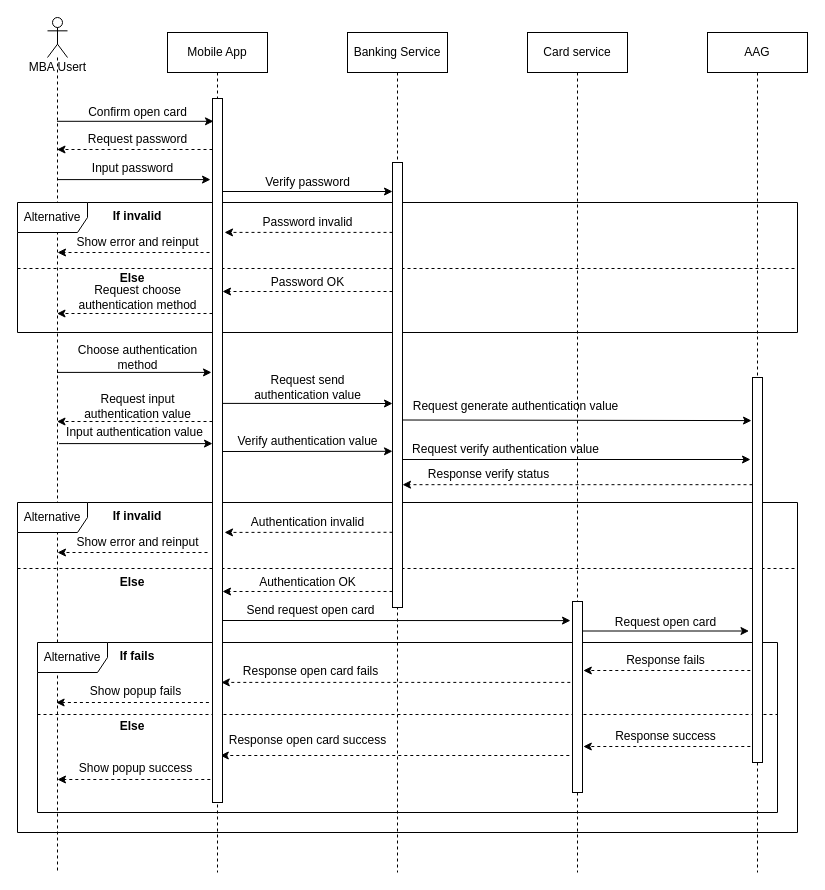
Before: page "Open-card-confirm" (4 of 14) of Sequence Diagram.drawio in lyminh1994/diagram, a draw.io diagram. Source tidied: cells renumbered, new cells numbered last; positions are measured from the earlier drawing's top-left corner, leaving out a move shared by most shapes. Both pictures are drawn from the tidied source at 100%, with x=0, y=0 at pixel (17, 17).
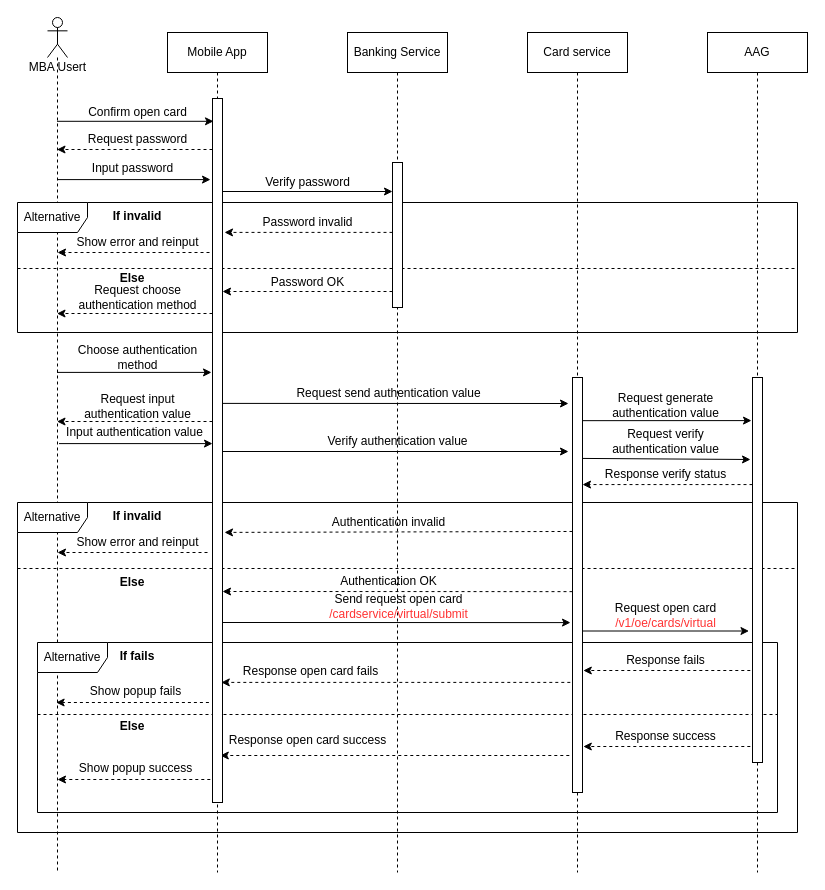
Above is the later version.

Unchanged cells that the change refers to:
```xml
<mxCell id="65" style="html=1;points=[];perimeter=orthogonalPerimeter;" parent="1" vertex="1">
  <mxGeometry x="735" y="360" width="10" height="385" as="geometry" />
</mxCell>
```

Diff of the diagram source:
```diff
@@
-    <mxCell id="27" style="edgeStyle=none;rounded=0;orthogonalLoop=1;jettySize=auto;html=1;entryX=0;entryY=0.79;entryDx=0;entryDy=0;entryPerimeter=0;" parent="1" edge="1">
+    <mxCell id="27" style="edgeStyle=none;rounded=0;orthogonalLoop=1;jettySize=auto;html=1;" parent="1" edge="1">
       <mxGeometry relative="1" as="geometry">
         <mxPoint x="205" y="385.9" as="sourcePoint" />
-        <mxPoint x="375" y="386" as="targetPoint" />
+        <mxPoint x="551" y="386" as="targetPoint" />
       </mxGeometry>
     </mxCell>
@@
-    <mxCell id="29" style="edgeStyle=none;rounded=0;orthogonalLoop=1;jettySize=auto;html=1;entryX=0;entryY=0.721;entryDx=0;entryDy=0;entryPerimeter=0;" parent="1" edge="1">
+    <mxCell id="29" style="edgeStyle=none;rounded=0;orthogonalLoop=1;jettySize=auto;html=1;" parent="1" edge="1">
       <mxGeometry relative="1" as="geometry">
         <mxPoint x="205" y="434" as="sourcePoint" />
-        <mxPoint x="375" y="433.8" as="targetPoint" />
+        <mxPoint x="551" y="434" as="targetPoint" />
       </mxGeometry>
     </mxCell>
-    <mxCell id="30" value="Request send &lt;br&gt;authentication value" style="text;html=1;align=center;verticalAlign=middle;strokeColor=none;fontSize=12;" parent="1" vertex="1">
-      <mxGeometry x="230" y="355" width="120" height="30" as="geometry" />
+    <mxCell id="30" value="Request send authentication value" style="text;html=1;align=center;verticalAlign=middle;strokeColor=none;fontSize=12;" parent="1" vertex="1">
+      <mxGeometry x="271" y="366" width="200" height="20" as="geometry" />
     </mxCell>
@@
     <mxCell id="32" value="Verify authentication value" style="text;html=1;align=center;verticalAlign=middle;strokeColor=none;fontSize=12;" parent="1" vertex="1">
-      <mxGeometry x="210" y="414" width="160" height="20" as="geometry" />
+      <mxGeometry x="300" y="414" width="160" height="20" as="geometry" />
     </mxCell>
@@
     <mxCell id="34" value="Authentication&amp;nbsp;invalid" style="text;html=1;align=center;verticalAlign=middle;strokeColor=none;fontSize=12;" parent="1" vertex="1">
-      <mxGeometry x="225" y="495" width="130" height="20" as="geometry" />
+      <mxGeometry x="306" y="495" width="130" height="20" as="geometry" />
     </mxCell>
@@
     <mxCell id="36" value="Authentication&amp;nbsp;OK" style="text;html=1;align=center;verticalAlign=middle;strokeColor=none;fontSize=12;" parent="1" vertex="1">
-      <mxGeometry x="235" y="555" width="110" height="20" as="geometry" />
+      <mxGeometry x="316" y="554" width="110" height="20" as="geometry" />
     </mxCell>
@@
-    <mxCell id="38" style="edgeStyle=none;rounded=0;jettySize=auto;html=1;entryX=1.2;entryY=0.385;entryDx=0;entryDy=0;entryPerimeter=0;fontSize=12;dashed=1;exitX=0;exitY=0.831;exitDx=0;exitDy=0;exitPerimeter=0;" parent="1" edge="1" source="73">
+    <mxCell id="38" style="edgeStyle=none;rounded=0;jettySize=auto;html=1;entryX=1.2;entryY=0.385;entryDx=0;entryDy=0;entryPerimeter=0;fontSize=12;dashed=1;exitX=0;exitY=0.371;exitDx=0;exitDy=0;exitPerimeter=0;" parent="1" edge="1" source="63">
       <mxGeometry relative="1" as="geometry">
         <mxPoint x="207" y="514.9" as="targetPoint" />
       </mxGeometry>
     </mxCell>
-    <mxCell id="39" style="edgeStyle=none;rounded=0;jettySize=auto;html=1;entryX=1;entryY=0.553;entryDx=0;entryDy=0;entryPerimeter=0;dashed=1;fontSize=12;exitX=0;exitY=0.964;exitDx=0;exitDy=0;exitPerimeter=0;" parent="1" edge="1" source="73">
+    <mxCell id="39" style="edgeStyle=none;rounded=0;jettySize=auto;html=1;entryX=1;entryY=0.553;entryDx=0;entryDy=0;entryPerimeter=0;dashed=1;fontSize=12;exitX=0;exitY=0.516;exitDx=0;exitDy=0;exitPerimeter=0;" parent="1" edge="1" source="63">
       <mxGeometry relative="1" as="geometry">
         <mxPoint x="205" y="574" as="targetPoint" />
       </mxGeometry>
     </mxCell>
@@
-    <mxCell id="44" value="Send request open card" style="text;html=1;align=center;verticalAlign=middle;strokeColor=none;fontSize=12;" parent="1" vertex="1">
-      <mxGeometry x="222.8" y="583" width="140" height="20" as="geometry" />
+    <mxCell id="44" value="Send request open card&lt;br&gt;&lt;font color=&quot;#ff3333&quot;&gt;/cardservice/virtual/submit&lt;/font&gt;" style="text;html=1;align=center;verticalAlign=middle;strokeColor=none;fontSize=12;" parent="1" vertex="1">
+      <mxGeometry x="306" y="574" width="150" height="30" as="geometry" />
     </mxCell>
-    <mxCell id="45" value="Request open card" style="text;html=1;align=center;verticalAlign=middle;strokeColor=none;fontSize=12;" parent="1" vertex="1">
-      <mxGeometry x="587.8" y="595" width="120" height="20" as="geometry" />
+    <mxCell id="45" value="Request open card&lt;br&gt;&lt;font color=&quot;#ff3333&quot;&gt;/v1/oe/cards/virtual&lt;/font&gt;" style="text;html=1;align=center;verticalAlign=middle;strokeColor=none;fontSize=12;" parent="1" vertex="1">
+      <mxGeometry x="587.8" y="583" width="120" height="30" as="geometry" />
     </mxCell>
@@
     <mxCell id="52" style="edgeStyle=none;rounded=0;orthogonalLoop=1;jettySize=auto;html=1;entryX=0.025;entryY=0.118;entryDx=0;entryDy=0;entryPerimeter=0;fontSize=12;" parent="1" edge="1">
       <mxGeometry relative="1" as="geometry">
-        <mxPoint x="202.8" y="603" as="sourcePoint" />
-        <mxPoint x="553" y="603.1" as="targetPoint" />
+        <mxPoint x="202.8" y="605" as="sourcePoint" />
+        <mxPoint x="553" y="605.1" as="targetPoint" />
       </mxGeometry>
     </mxCell>
@@
     <mxCell id="63" style="html=1;points=[];perimeter=orthogonalPerimeter;" parent="1" vertex="1">
-      <mxGeometry x="555" y="584" width="10" height="191" as="geometry" />
+      <mxGeometry x="555" y="360" width="10" height="415" as="geometry" />
     </mxCell>
-    <mxCell id="64" style="edgeStyle=none;rounded=0;jettySize=auto;html=1;entryX=1;entryY=0.724;entryDx=0;entryDy=0;entryPerimeter=0;dashed=1;" parent="1" edge="1" source="65" target="73">
+    <mxCell id="64" style="edgeStyle=none;rounded=0;jettySize=auto;html=1;dashed=1;entryX=1;entryY=0.258;entryDx=0;entryDy=0;entryPerimeter=0;" parent="1" edge="1" source="65" target="63">
       <mxGeometry relative="1" as="geometry" />
     </mxCell>
@@
-    <mxCell id="71" style="rounded=0;orthogonalLoop=1;jettySize=auto;html=1;entryX=-0.1;entryY=0.021;entryDx=0;entryDy=0;entryPerimeter=0;" parent="1" edge="1">
+    <mxCell id="71" style="rounded=0;jettySize=auto;html=1;entryX=-0.1;entryY=0.021;entryDx=0;entryDy=0;entryPerimeter=0;exitX=1;exitY=0.104;exitDx=0;exitDy=0;exitPerimeter=0;" parent="1" edge="1" source="63">
       <mxGeometry relative="1" as="geometry">
-        <mxPoint x="385" y="402.5" as="sourcePoint" />
         <mxPoint x="734" y="403.1" as="targetPoint" />
       </mxGeometry>
     </mxCell>
-    <mxCell id="72" style="edgeStyle=none;rounded=0;orthogonalLoop=1;jettySize=auto;html=1;entryX=-0.2;entryY=0.252;entryDx=0;entryDy=0;entryPerimeter=0;" parent="1" edge="1">
+    <mxCell id="72" style="edgeStyle=none;rounded=0;jettySize=auto;html=1;entryX=-0.2;entryY=0.252;entryDx=0;entryDy=0;entryPerimeter=0;exitX=1;exitY=0.195;exitDx=0;exitDy=0;exitPerimeter=0;" parent="1" edge="1" source="63">
       <mxGeometry relative="1" as="geometry">
-        <mxPoint x="385" y="442" as="sourcePoint" />
         <mxPoint x="733" y="442" as="targetPoint" />
       </mxGeometry>
     </mxCell>
-    <mxCell id="73" style="html=1;points=[];perimeter=orthogonalPerimeter;fontSize=12;verticalAlign=middle;" parent="1" vertex="1">
-      <mxGeometry x="375" y="145" width="10" height="445" as="geometry" />
-    </mxCell>
-    <mxCell id="74" value="Request generate authentication value" style="text;html=1;align=center;verticalAlign=middle;strokeColor=none;fontSize=12;" parent="1" vertex="1">
-      <mxGeometry x="387.8" y="379" width="220" height="20" as="geometry" />
+    <mxCell id="74" value="Request generate&lt;br&gt;authentication value" style="text;html=1;align=center;verticalAlign=middle;strokeColor=none;fontSize=12;" parent="1" vertex="1">
+      <mxGeometry x="587.8" y="373" width="120" height="30" as="geometry" />
     </mxCell>
-    <mxCell id="75" value="Request verify authentication value" style="text;html=1;align=center;verticalAlign=middle;strokeColor=none;fontSize=12;" parent="1" vertex="1">
-      <mxGeometry x="387.8" y="421.5" width="200" height="20" as="geometry" />
+    <mxCell id="75" value="Request verify&lt;br&gt;authentication value" style="text;html=1;align=center;verticalAlign=middle;strokeColor=none;fontSize=12;" parent="1" vertex="1">
+      <mxGeometry x="587.8" y="409" width="120" height="30" as="geometry" />
     </mxCell>
     <mxCell id="76" value="Response verify status" style="text;html=1;align=center;verticalAlign=middle;strokeColor=none;fontSize=12;" parent="1" vertex="1">
-      <mxGeometry x="401" y="447" width="140" height="20" as="geometry" />
+      <mxGeometry x="577.8" y="447" width="140" height="20" as="geometry" />
     </mxCell>
+    <mxCell id="77" style="html=1;perimeter=orthogonalPerimeter;fontSize=12;verticalAlign=middle;" parent="1" vertex="1">
+      <mxGeometry x="375" y="145" width="10" height="145" as="geometry" />
+    </mxCell>
```
